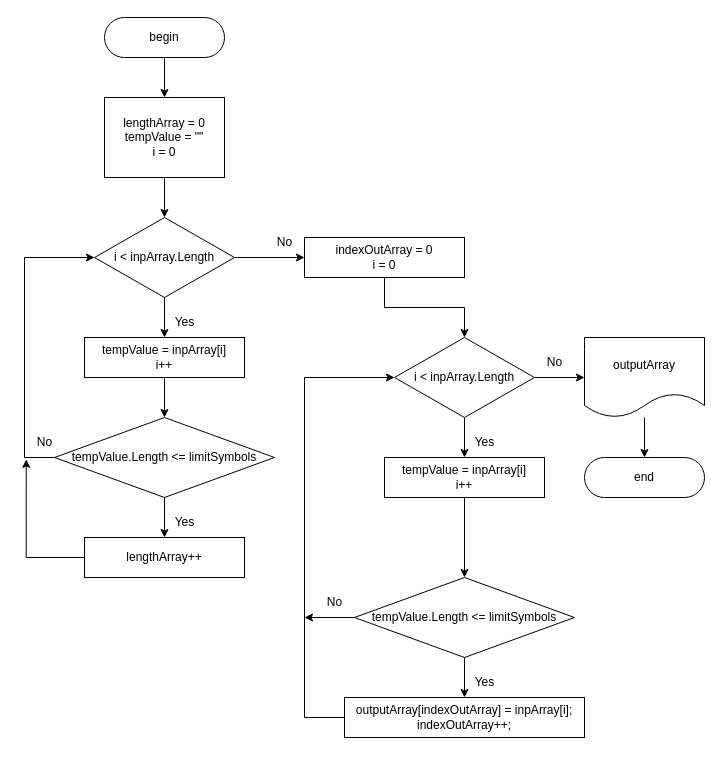
The draw.io diagram ShowArrayWithLimitsOfChars.drawio in chirmarin/FinalProject, before the edit. Source tidied: cells renumbered, new cells numbered last; positions are measured from the earlier drawing's top-left corner, leaving out a move shared by most shapes. Both pictures are drawn from the tidied source at 100%, with x=0, y=0 at pixel (24, 17).
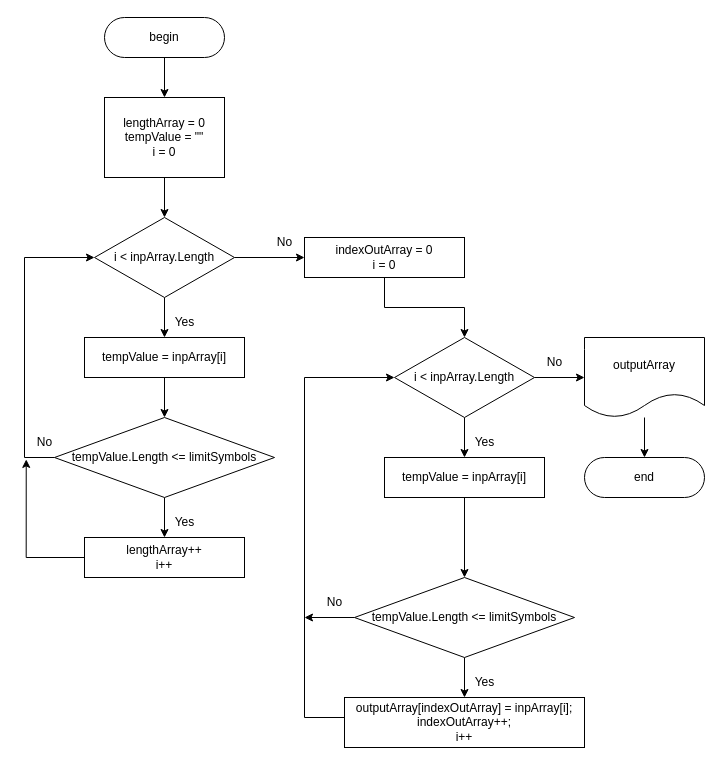
After the change.

Commit message:
add scheme of method AnalizeWords 2.1

Diff of the diagram source:
```diff
@@
-    <mxCell id="10" value="tempValue = inpArray[i]&lt;br&gt;i++" style="rounded=0;whiteSpace=wrap;html=1;" parent="1" vertex="1">
+    <mxCell id="10" value="tempValue = inpArray[i]" style="rounded=0;whiteSpace=wrap;html=1;" parent="1" vertex="1">
       <mxGeometry x="60" y="320" width="160" height="40" as="geometry" />
     </mxCell>
@@
-    <mxCell id="16" value="lengthArray++" style="rounded=0;whiteSpace=wrap;html=1;" parent="1" vertex="1">
+    <mxCell id="16" value="lengthArray++&lt;br&gt;i++" style="rounded=0;whiteSpace=wrap;html=1;" parent="1" vertex="1">
       <mxGeometry x="60" y="520" width="160" height="40" as="geometry" />
     </mxCell>
@@
-    <mxCell id="26" value="tempValue = inpArray[i]&lt;br&gt;i++" style="rounded=0;whiteSpace=wrap;html=1;" parent="1" vertex="1">
+    <mxCell id="26" value="tempValue = inpArray[i]" style="rounded=0;whiteSpace=wrap;html=1;" parent="1" vertex="1">
       <mxGeometry x="360" y="440" width="160" height="40" as="geometry" />
     </mxCell>
@@
-    <mxCell id="32" value="&lt;div&gt;outputArray[indexOutArray] = inpArray[i];&lt;/div&gt;&lt;div&gt;&lt;span style=&quot;&quot;&gt;&#9;&#9;&#9;&lt;/span&gt;indexOutArray++;&lt;/div&gt;" style="rounded=0;whiteSpace=wrap;html=1;" parent="1" vertex="1">
-      <mxGeometry x="320" y="680" width="240" height="40" as="geometry" />
+    <mxCell id="32" value="&lt;div&gt;outputArray[indexOutArray] = inpArray[i];&lt;/div&gt;&lt;div&gt;&lt;span style=&quot;&quot;&gt;&#9;&#9;&#9;&lt;/span&gt;indexOutArray++;&lt;br&gt;i++&lt;br&gt;&lt;/div&gt;" style="rounded=0;whiteSpace=wrap;html=1;" parent="1" vertex="1">
+      <mxGeometry x="320" y="680" width="240" height="50" as="geometry" />
     </mxCell>
```
